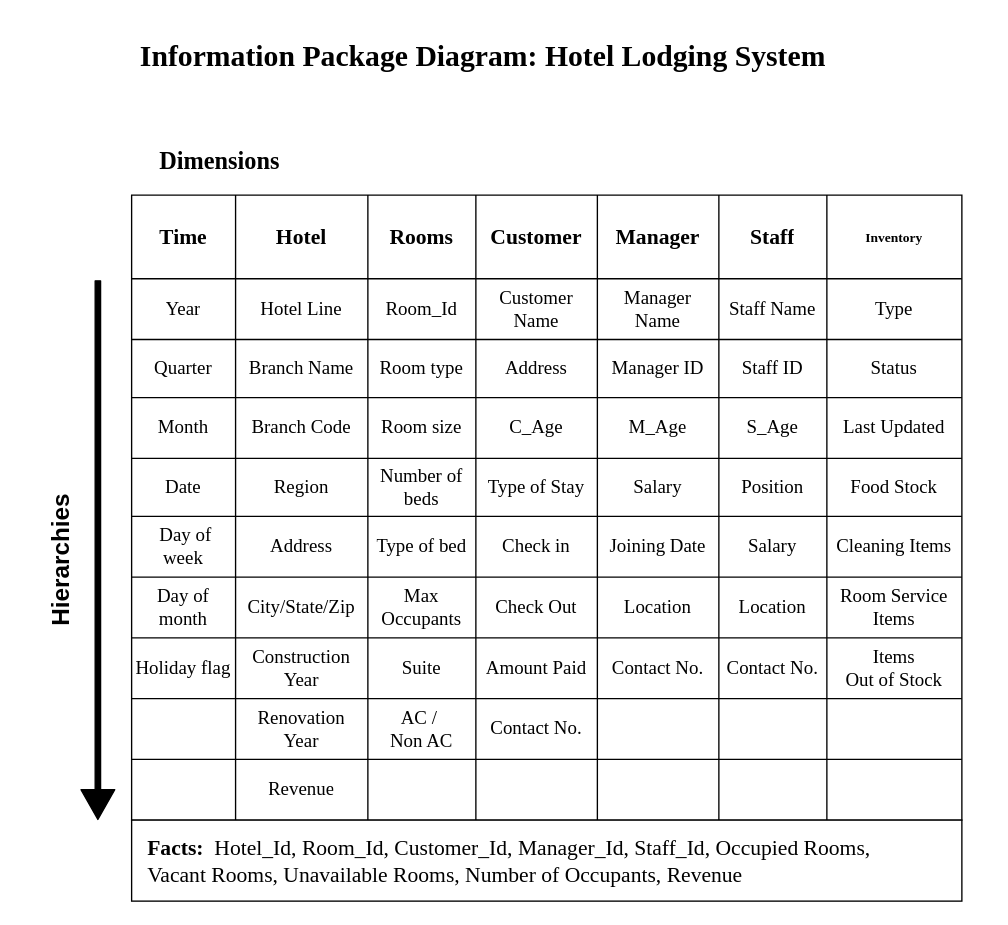
Before: Information Package Diagram/IPD_hotel_lodging_system.drawio in adityaparab04/Diagrams, a draw.io diagram. Source tidied: cells renumbered, new cells numbered last; positions are measured from the earlier drawing's top-left corner, leaving out a move shared by most shapes. Both pictures are drawn from the tidied source at 135%, with x=0, y=0 at pixel (-24, 36).
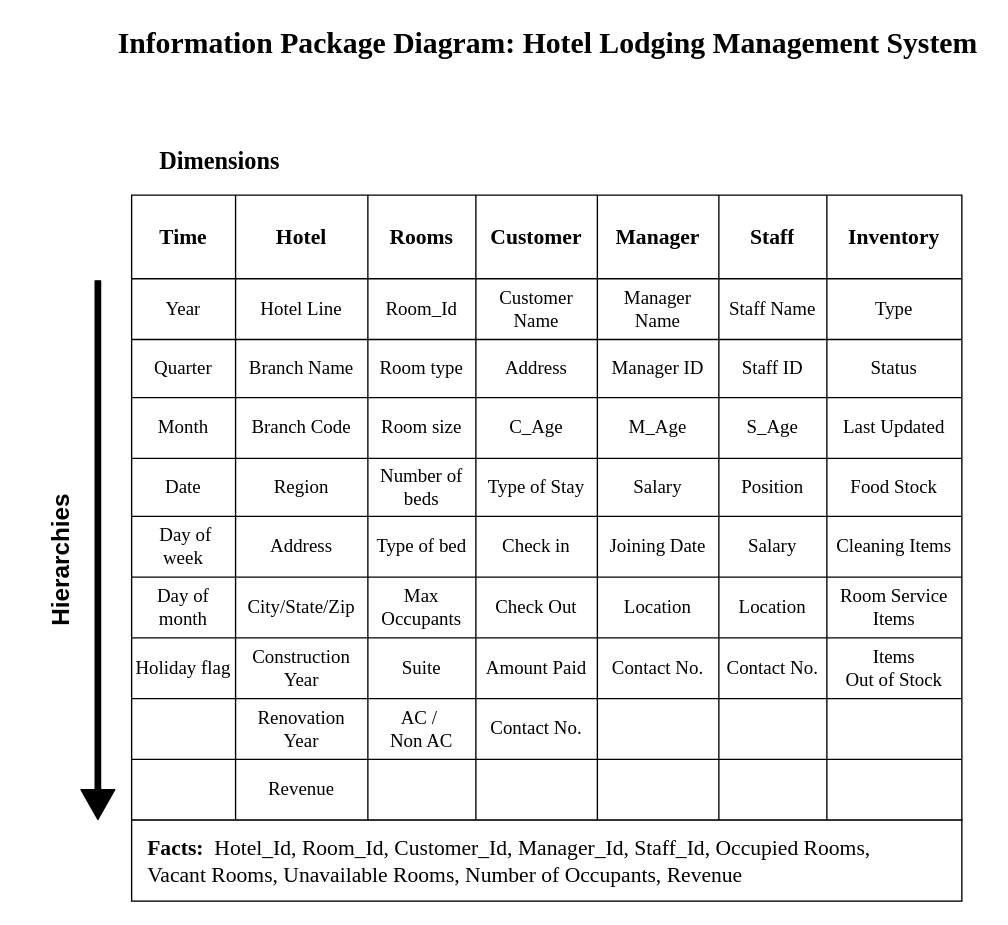
Above is the later version.

Unchanged cells that the change refers to:
```xml
<mxCell id="6" style="shape=partialRectangle;html=1;whiteSpace=wrap;fillColor=none;top=0;left=0;bottom=0;right=0;fontStyle=1;fontFamily=Times New Roman;fontSize=18;" parent="5" vertex="1">
  <mxGeometry width="615" height="62" as="geometry" />
</mxCell>
```

The edit, as a diff of the source:
```diff
@@
-    <mxCell id="13" value="&lt;font size=&quot;1&quot;&gt;&lt;b&gt;Inventory&lt;/b&gt;&lt;/font&gt;" style="shape=partialRectangle;html=1;whiteSpace=wrap;overflow=hidden;fillColor=none;top=0;left=0;bottom=0;right=0;fontFamily=Times New Roman;" parent="6" vertex="1">
+    <mxCell id="13" value="&lt;font size=&quot;1&quot;&gt;&lt;b style=&quot;font-size: 16px&quot;&gt;Inventory&lt;/b&gt;&lt;/font&gt;" style="shape=partialRectangle;html=1;whiteSpace=wrap;overflow=hidden;fillColor=none;top=0;left=0;bottom=0;right=0;fontFamily=Times New Roman;" parent="6" vertex="1">
       <mxGeometry x="515" width="100" height="62" as="geometry" />
     </mxCell>
@@
-    <mxCell id="87" value="&lt;font style=&quot;font-size: 22px&quot;&gt;&lt;b&gt;Information Package Diagram: Hotel Lodging System&lt;/b&gt;&lt;/font&gt;" style="text;html=1;align=center;verticalAlign=middle;strokeColor=none;fontSize=14;fontFamily=Times New Roman;" parent="1" vertex="1">
-      <mxGeometry x="115" width="520" height="30" as="geometry" />
+    <mxCell id="87" value="&lt;font style=&quot;font-size: 22px&quot;&gt;&lt;b&gt;Information Package Diagram: Hotel Lodging Management System&lt;/b&gt;&lt;/font&gt;" style="text;html=1;align=center;verticalAlign=middle;strokeColor=none;fontSize=14;fontFamily=Times New Roman;" parent="1" vertex="1">
+      <mxGeometry x="97.5" y="-10" width="650" height="30" as="geometry" />
     </mxCell>
```
